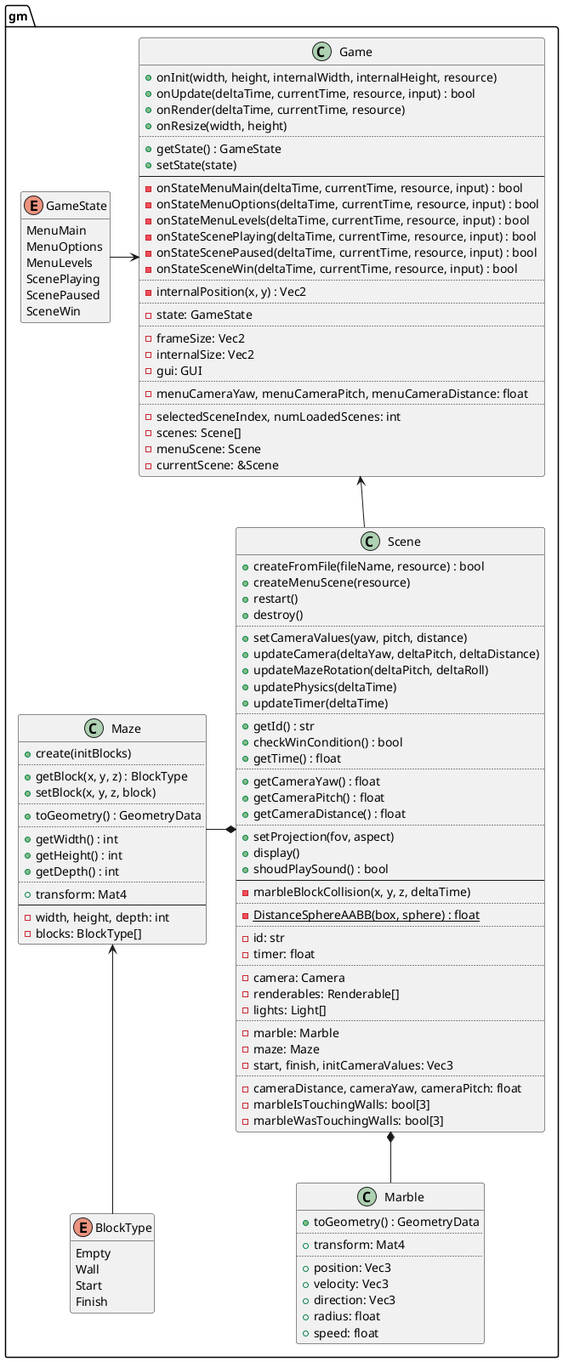
This is design/gm.png from ba6er/marblemaze, a PlantUML export, as it was before one commit.
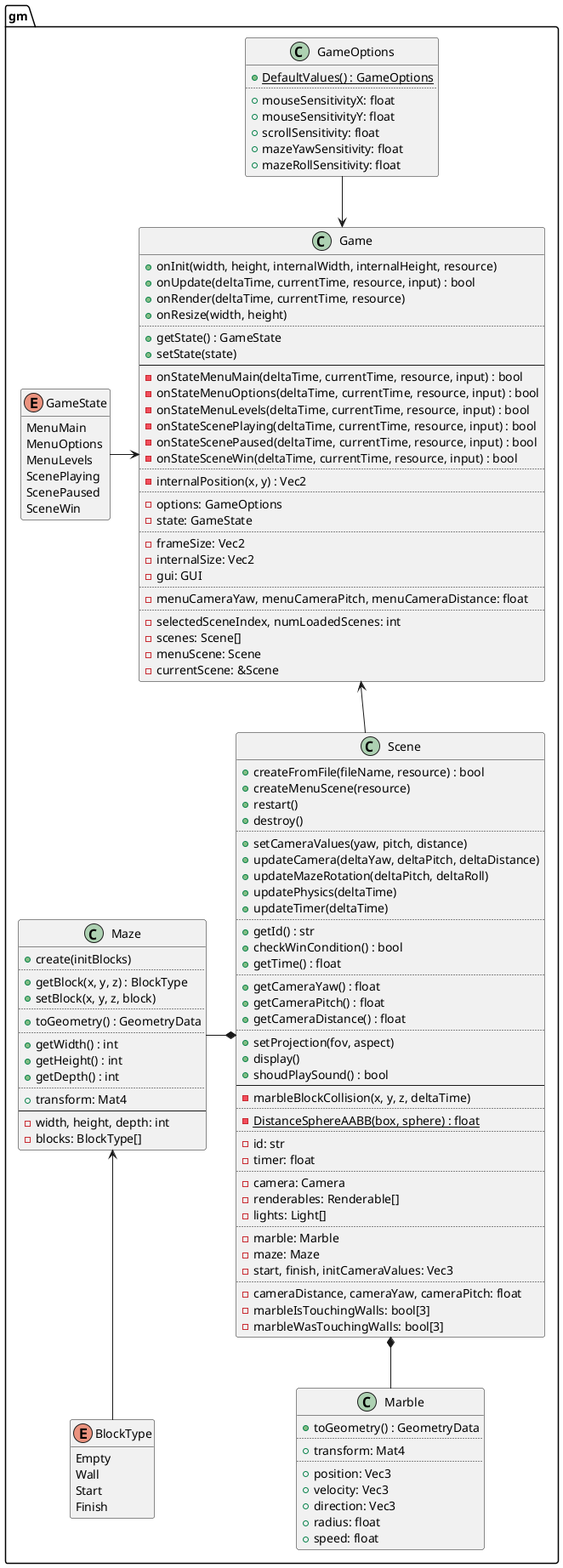
Above is the later version.

Commit message:
Added GameOptions, Scene rendering optimizations

What changed in the source:
```diff
@@ -10,6 +10,17 @@
 	SceneWin
 }
 hide GameState methods
+
+class gm::GameOptions {
+	{static} +DefaultValues() : GameOptions
+	..
+	+mouseSensitivityX: float
+	+mouseSensitivityY: float
+	+scrollSensitivity: float
+	+mazeYawSensitivity: float
+	+mazeRollSensitivity: float
+}
+hide GameOptions methods
 
 class gm::Game {
 	+onInit(width, height, internalWidth, internalHeight, resource)
@@ -29,6 +40,7 @@
 	..
 	-internalPosition(x, y) : Vec2
 	..
+	-options: GameOptions
 	-state: GameState
 	..
 	-frameSize: Vec2
@@ -130,6 +142,7 @@
 Scene *-left- Maze
 Scene *-down- Marble
 
+Game <-up- GameOptions
 Game <-left- GameState
 Game <-- Scene
 
```
